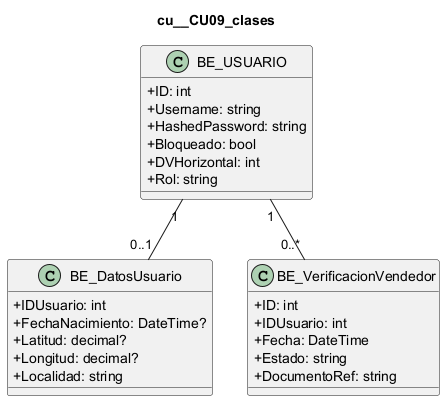
Earlier version of the PlantUML export docs/diagramas/uml_png/cu__CU09_clases.png (L-Muniz/uai-diploma_2026).
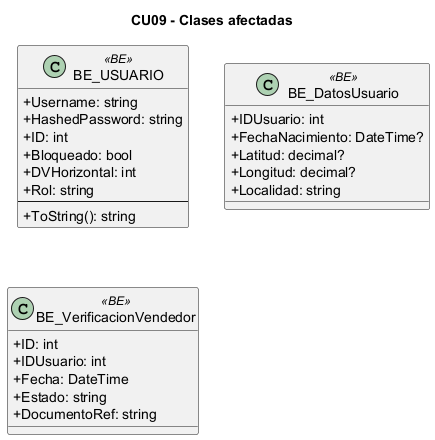
After the change.

What changed in the source:
```diff
@@ -1,28 +1,28 @@
 @startuml
 skinparam classAttributeIconSize 0
-title cu__CU09_clases
-class "BE_USUARIO" as USUARIO {
-  +ID: int
+title CU09 - Clases afectadas
+class "BE_USUARIO" as BE_USUARIO <<BE>> {
   +Username: string
   +HashedPassword: string
+  +ID: int
   +Bloqueado: bool
   +DVHorizontal: int
   +Rol: string
+  --
+  +ToString(): string
 }
-class "BE_DatosUsuario" as DATOS_USUARIO {
+class "BE_DatosUsuario" as BE_DatosUsuario <<BE>> {
   +IDUsuario: int
   +FechaNacimiento: DateTime?
   +Latitud: decimal?
   +Longitud: decimal?
   +Localidad: string
 }
-class "BE_VerificacionVendedor" as VERIFICACION {
+class "BE_VerificacionVendedor" as BE_VerificacionVendedor <<BE>> {
   +ID: int
   +IDUsuario: int
   +Fecha: DateTime
   +Estado: string
   +DocumentoRef: string
 }
-USUARIO "1" -- "0..*" VERIFICACION
-USUARIO "1" -- "0..1" DATOS_USUARIO
 @enduml
```
